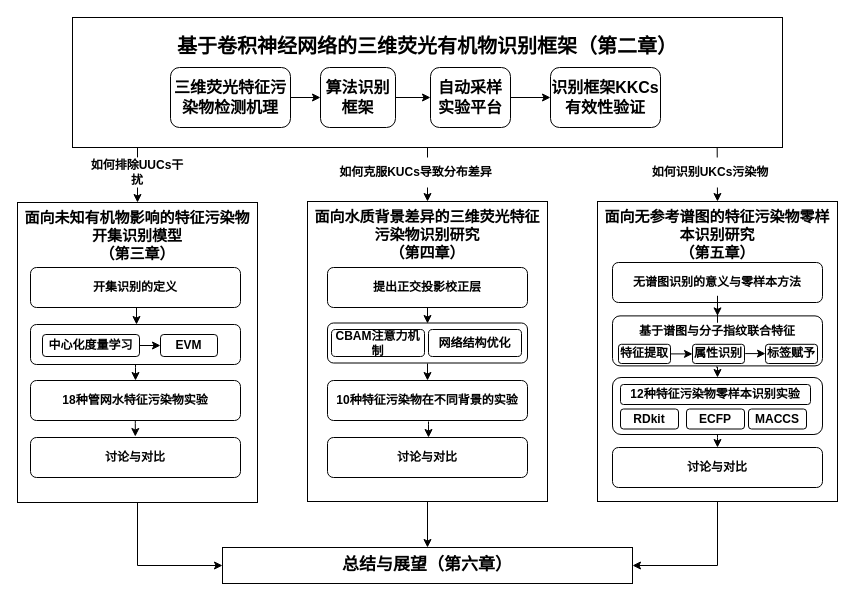
Earlier version of the draw.io diagram thesis.drawio (chbambooshoot/digram). Source tidied: cells renumbered, new cells numbered last; positions are measured from the earlier drawing's top-left corner, leaving out a move shared by most shapes. Both pictures are drawn from the tidied source at 100%, with x=0, y=0 at pixel (17, 17).
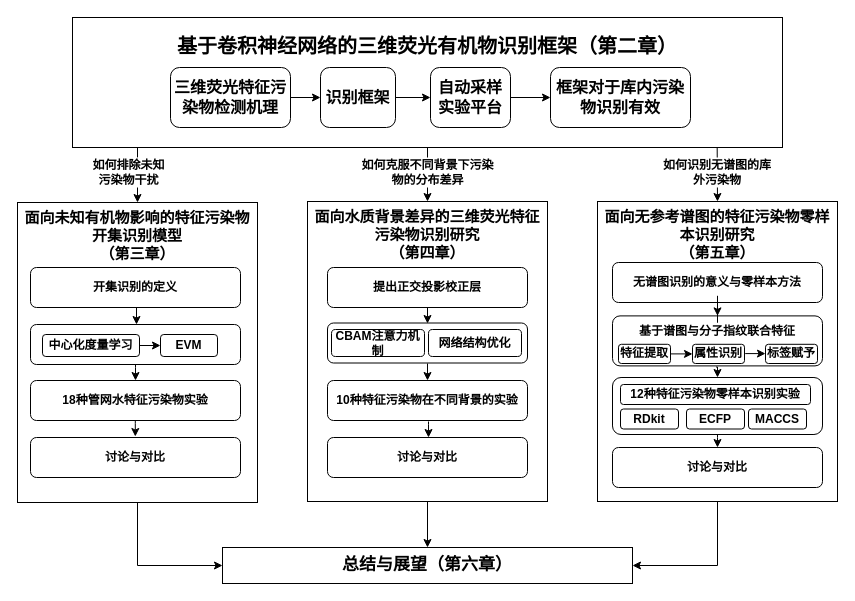
After the change.

The edit, as a diff of the source:
```diff
@@
-    <mxCell id="11" value="&lt;font face=&quot;仿宋&quot;&gt;&lt;span style=&quot;font-size: 16px;&quot;&gt;&lt;b&gt;算法识别框架&lt;/b&gt;&lt;/span&gt;&lt;/font&gt;" style="rounded=1;whiteSpace=wrap;html=1;" parent="1" vertex="1">
+    <mxCell id="11" value="&lt;font face=&quot;仿宋&quot;&gt;&lt;span style=&quot;font-size: 16px;&quot;&gt;&lt;b&gt;识别框架&lt;/b&gt;&lt;/span&gt;&lt;/font&gt;" style="rounded=1;whiteSpace=wrap;html=1;" parent="1" vertex="1">
       <mxGeometry x="303" y="50" width="75" height="60" as="geometry" />
     </mxCell>
@@
-    <mxCell id="14" value="&lt;font face=&quot;仿宋&quot;&gt;&lt;span style=&quot;font-size: 16px;&quot;&gt;&lt;b&gt;识别框架KKCs有效性验证&lt;/b&gt;&lt;/span&gt;&lt;/font&gt;" style="rounded=1;whiteSpace=wrap;html=1;" parent="1" vertex="1">
-      <mxGeometry x="533" y="50" width="110" height="60" as="geometry" />
+    <mxCell id="14" value="&lt;font face=&quot;仿宋&quot;&gt;&lt;span style=&quot;font-size: 16px;&quot;&gt;&lt;b&gt;框架对于库内污染物识别有效&lt;/b&gt;&lt;/span&gt;&lt;/font&gt;" style="rounded=1;whiteSpace=wrap;html=1;" parent="1" vertex="1">
+      <mxGeometry x="533" y="50" width="140" height="60" as="geometry" />
     </mxCell>
@@
-    <mxCell id="16" value="如何排除UUCs干扰" style="text;html=1;align=center;verticalAlign=middle;whiteSpace=wrap;rounded=0;fontFamily=仿宋;fontStyle=1;fillColor=default;" parent="1" vertex="1">
-      <mxGeometry x="70" y="140" width="100" height="30" as="geometry" />
+    <mxCell id="16" value="如何排除未知污染物干扰" style="text;html=1;align=center;verticalAlign=middle;whiteSpace=wrap;rounded=0;fontFamily=仿宋;fontStyle=1;fillColor=default;" parent="1" vertex="1">
+      <mxGeometry x="70" y="140" width="83" height="30" as="geometry" />
     </mxCell>
-    <mxCell id="17" value="如何克服KUCs导致分布差异" style="text;html=1;strokeColor=none;fillColor=default;align=center;verticalAlign=middle;whiteSpace=wrap;rounded=0;fontFamily=仿宋;fontStyle=1;" parent="1" vertex="1">
-      <mxGeometry x="320.5" y="140" width="155" height="30" as="geometry" />
+    <mxCell id="17" value="如何克服不同背景下污染物的分布差异" style="text;html=1;strokeColor=none;fillColor=default;align=center;verticalAlign=middle;whiteSpace=wrap;rounded=0;fontFamily=仿宋;fontStyle=1;" parent="1" vertex="1">
+      <mxGeometry x="338.8" y="140" width="142.5" height="30" as="geometry" />
     </mxCell>
-    <mxCell id="18" value="如何识别UKCs污染物" style="text;html=1;strokeColor=none;fillColor=default;align=center;verticalAlign=middle;whiteSpace=wrap;rounded=0;fontFamily=仿宋;fontStyle=1;" parent="1" vertex="1">
-      <mxGeometry x="633" y="140" width="120" height="30" as="geometry" />
+    <mxCell id="18" value="如何识别无谱图的库外污染物" style="text;html=1;strokeColor=none;fillColor=default;align=center;verticalAlign=middle;whiteSpace=wrap;rounded=0;fontFamily=仿宋;fontStyle=1;" parent="1" vertex="1">
+      <mxGeometry x="640" y="140" width="120" height="30" as="geometry" />
     </mxCell>
```
